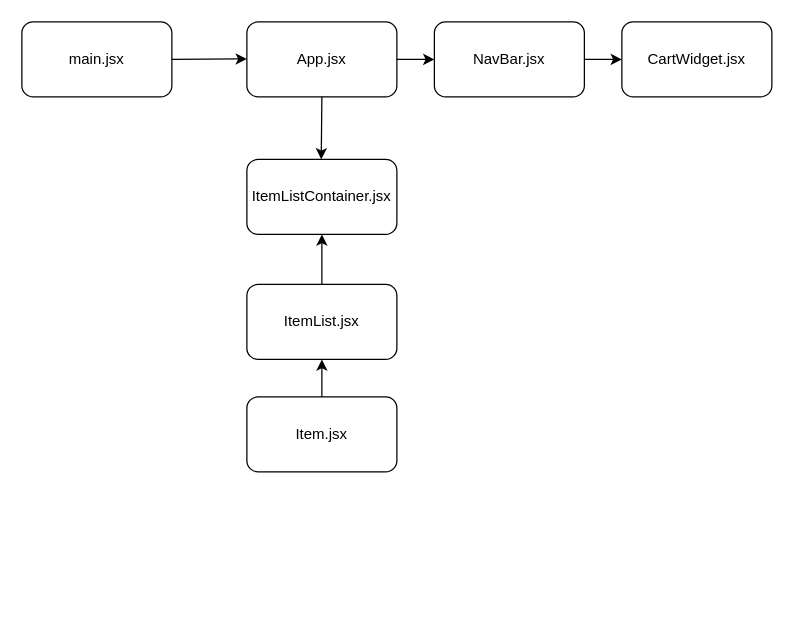
Earlier version of the draw.io diagram components.drawio (omanias/BikeStore). Source tidied: cells renumbered, new cells numbered last; positions are measured from the earlier drawing's top-left corner, leaving out a move shared by most shapes. Both pictures are drawn from the tidied source at 125%, with x=0, y=0 at pixel (21, 21).
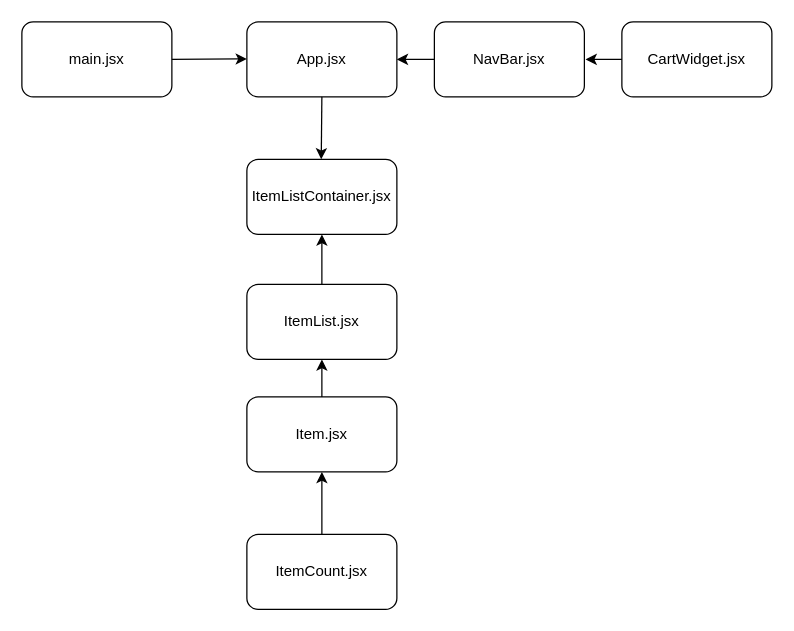
After the change.

Unchanged cells that the change refers to:
```xml
<mxCell id="3" style="rounded=1;whiteSpace=wrap;html=1;" parent="2" vertex="1">
  <mxGeometry width="120" height="60" as="geometry" />
</mxCell>
<mxCell id="6" style="rounded=1;whiteSpace=wrap;html=1;" parent="5" vertex="1">
  <mxGeometry width="120" height="60" as="geometry" />
</mxCell>
<mxCell id="9" style="rounded=1;whiteSpace=wrap;html=1;" parent="8" vertex="1">
  <mxGeometry width="120" height="60" as="geometry" />
</mxCell>
```

Diff of the diagram source:
```diff
@@
-    <mxCell id="17" style="edgeStyle=none;html=1;exitX=1;exitY=0.5;exitDx=0;exitDy=0;entryX=0;entryY=0.5;entryDx=0;entryDy=0;" parent="1" edge="1" source="3" target="6">
-      <mxGeometry relative="1" as="geometry" />
-    </mxCell>
-    <mxCell id="18" style="edgeStyle=none;html=1;exitX=1;exitY=0.5;exitDx=0;exitDy=0;entryX=0;entryY=0.5;entryDx=0;entryDy=0;" parent="1" edge="1" source="6" target="9">
-      <mxGeometry relative="1" as="geometry" />
-    </mxCell>
@@
+    <mxCell id="29" style="edgeStyle=none;html=1;" parent="1" edge="1">
+      <mxGeometry relative="1" as="geometry">
+        <mxPoint x="240" y="410" as="sourcePoint" />
+        <mxPoint x="240" y="360" as="targetPoint" />
+      </mxGeometry>
+    </mxCell>
+    <mxCell id="30" value="ItemCount.jsx" style="rounded=1;whiteSpace=wrap;html=1;" parent="1" vertex="1">
+      <mxGeometry x="180" y="410" width="120" height="60" as="geometry" />
+    </mxCell>
+    <mxCell id="31" style="edgeStyle=none;html=1;" parent="1" edge="1" source="9">
+      <mxGeometry relative="1" as="geometry">
+        <mxPoint x="451" y="30" as="targetPoint" />
+      </mxGeometry>
+    </mxCell>
+    <mxCell id="32" style="edgeStyle=none;html=1;entryX=1;entryY=0.5;entryDx=0;entryDy=0;" parent="1" edge="1" source="6" target="3">
+      <mxGeometry relative="1" as="geometry" />
+    </mxCell>
```
